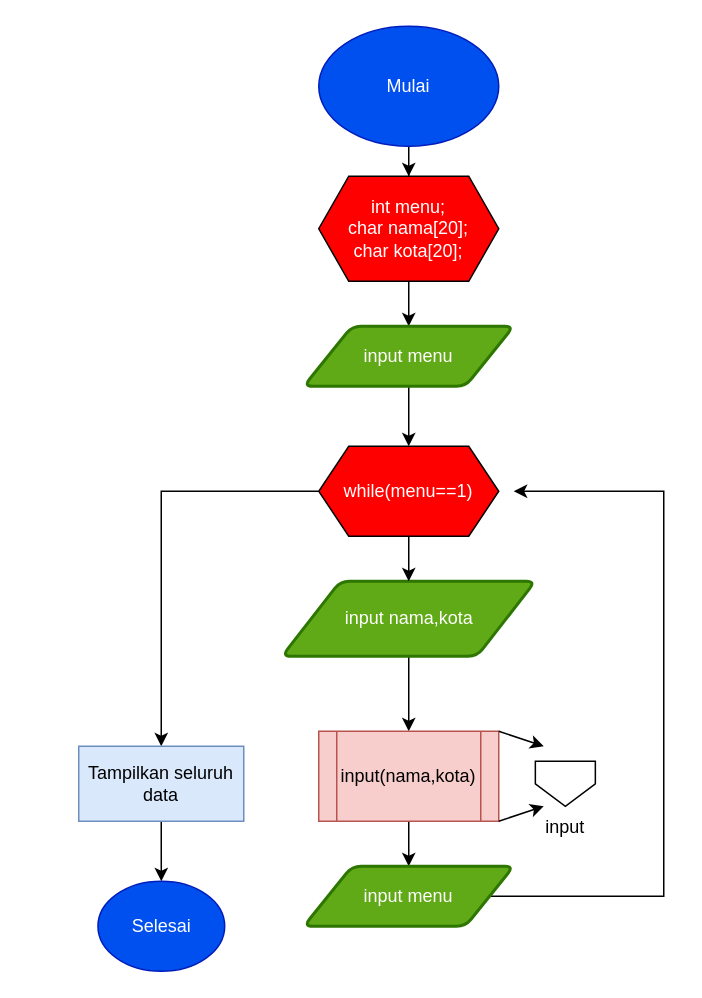
Before: ekspedisi.drawio in asanyherdiana/Flowchart, a draw.io diagram. Source tidied: cells renumbered, new cells numbered last; positions are measured from the earlier drawing's top-left corner, leaving out a move shared by most shapes. Both pictures are drawn from the tidied source at 150%, with x=0, y=0 at pixel (78, 26).
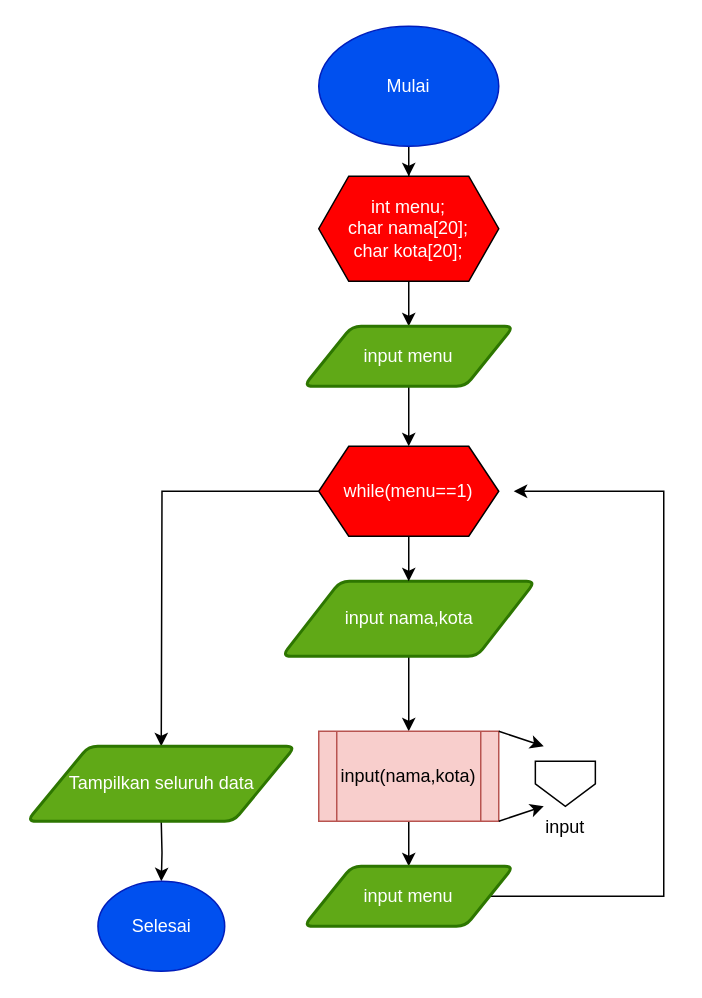
The same page after the edit.

The change refers to these unchanged cells:
```xml
<mxCell id="10" value="&lt;div style=&quot;color: rgb(255 , 255 , 255)&quot;&gt;&lt;div&gt;while(menu==1)&lt;/div&gt;&lt;/div&gt;" style="shape=hexagon;perimeter=hexagonPerimeter2;whiteSpace=wrap;html=1;fixedSize=1;fillColor=#FF0000;" parent="1" vertex="1">
  <mxGeometry x="160" y="280" width="120" height="60" as="geometry" />
</mxCell>
<mxCell id="19" value="Selesai" style="ellipse;whiteSpace=wrap;html=1;fontColor=#ffffff;strokeColor=#001DBC;fillColor=#0050ef;" parent="1" vertex="1">
  <mxGeometry x="12.8" y="570" width="84.5" height="60" as="geometry" />
</mxCell>
```

The edit, as a diff of the source:
```diff
@@
-    <mxCell id="3" value="&lt;div style=&quot;color: rgb(255 , 255 , 255)&quot;&gt;&lt;div&gt;int menu;&lt;/div&gt;&lt;div&gt;&lt;span&gt;&#9;&lt;/span&gt;char nama[20];&lt;/div&gt;&lt;div&gt;&lt;span&gt;&#9;&lt;/span&gt;char kota[20];&lt;/div&gt;&lt;/div&gt;" style="shape=hexagon;perimeter=hexagonPerimeter2;whiteSpace=wrap;html=1;fixedSize=1;fillColor=#FF0000;" parent="1" vertex="1">
+    <mxCell id="3" value="&lt;div style=&quot;color: rgb(255 , 255 , 255)&quot;&gt;&lt;div&gt;int menu;&lt;/div&gt;&lt;div&gt;&lt;span&gt; &lt;/span&gt;char nama[20];&lt;/div&gt;&lt;div&gt;&lt;span&gt; &lt;/span&gt;char kota[20];&lt;/div&gt;&lt;/div&gt;" style="shape=hexagon;perimeter=hexagonPerimeter2;whiteSpace=wrap;html=1;fixedSize=1;fillColor=#FF0000;" parent="1" vertex="1">
       <mxGeometry x="160" y="100" width="120" height="70" as="geometry" />
     </mxCell>
@@
-    <mxCell id="9" style="edgeStyle=orthogonalEdgeStyle;rounded=0;jettySize=auto;html=1;entryX=0.5;entryY=0;entryDx=0;entryDy=0;" parent="1" edge="1" source="10" target="18">
-      <mxGeometry relative="1" as="geometry" />
+    <mxCell id="9" style="edgeStyle=orthogonalEdgeStyle;rounded=0;jettySize=auto;html=1;entryX=0.5;entryY=0;entryDx=0;entryDy=0;" parent="1" edge="1" source="10">
+      <mxGeometry relative="1" as="geometry">
+        <mxPoint x="55" y="480" as="targetPoint" />
+      </mxGeometry>
     </mxCell>
@@
-    <mxCell id="17" style="edgeStyle=orthogonalEdgeStyle;rounded=0;jettySize=auto;html=1;" parent="1" edge="1" source="18" target="19">
-      <mxGeometry relative="1" as="geometry" />
+    <mxCell id="17" style="edgeStyle=orthogonalEdgeStyle;rounded=0;jettySize=auto;html=1;" parent="1" edge="1" target="19">
+      <mxGeometry relative="1" as="geometry">
+        <mxPoint x="55" y="530" as="sourcePoint" />
+      </mxGeometry>
     </mxCell>
-    <mxCell id="18" value="Tampilkan seluruh&lt;br&gt;data" style="rounded=0;whiteSpace=wrap;html=1;fillColor=#dae8fc;strokeColor=#6c8ebf;" parent="1" vertex="1">
-      <mxGeometry y="480" width="110" height="50" as="geometry" />
-    </mxCell>
@@
+    <mxCell id="18" value="Tampilkan seluruh data" style="shape=parallelogram;html=1;strokeWidth=2;perimeter=parallelogramPerimeter;whiteSpace=wrap;rounded=1;arcSize=12;size=0.23;fillColor=#60a917;strokeColor=#2D7600;fontColor=#ffffff;" parent="1" vertex="1">
+      <mxGeometry x="-34.5" y="480" width="178.9" height="50" as="geometry" />
+    </mxCell>
```
